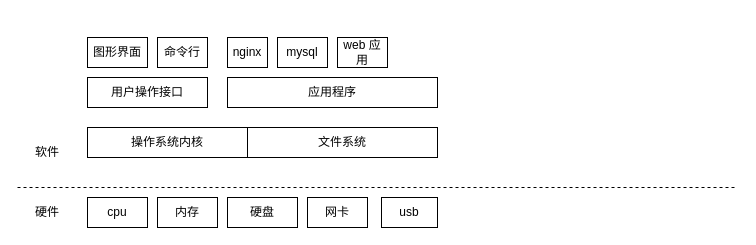
Earlier version of the draw.io diagram docker.drawio (xuxinwen/mind_map). Source tidied: cells renumbered, new cells numbered last; positions are measured from the earlier drawing's top-left corner, leaving out a move shared by most shapes. Both pictures are drawn from the tidied source at 100%, with x=0, y=0 at pixel (17, 37).
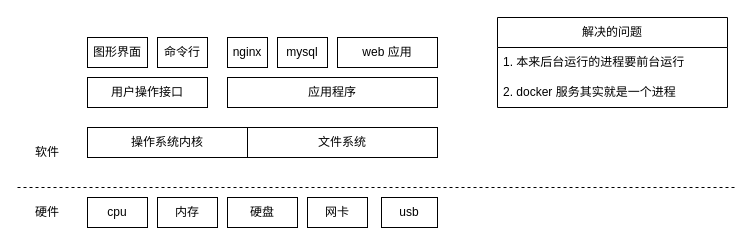
After the change.

Commit message:
添加解决的问题

The edit, as a diff of the source:
```diff
@@
+    <mxCell id="19" value="解决的问题" style="swimlane;fontStyle=0;horizontal=1;startSize=30;whiteSpace=wrap;html=1;" parent="1" vertex="1">
+      <mxGeometry x="480" y="-20" width="230" height="90" as="geometry" />
+    </mxCell>
+    <mxCell id="20" value="1. 本来后台运行的进程要前台运行" style="text;strokeColor=none;fillColor=none;align=left;verticalAlign=middle;spacingLeft=4;spacingRight=4;overflow=hidden;whiteSpace=wrap;html=1;" parent="19" vertex="1">
+      <mxGeometry y="30" width="230" height="30" as="geometry" />
+    </mxCell>
+    <mxCell id="21" value="2. docker 服务其实就是一个进程" style="text;strokeColor=none;fillColor=none;align=left;verticalAlign=middle;spacingLeft=4;spacingRight=4;overflow=hidden;whiteSpace=wrap;html=1;" parent="19" vertex="1">
+      <mxGeometry y="60" width="230" height="30" as="geometry" />
+    </mxCell>
     <mxCell id="18" value="web 应用" style="rounded=0;whiteSpace=wrap;html=1;" parent="1" vertex="1">
-      <mxGeometry x="320" width="50" height="30" as="geometry" />
+      <mxGeometry x="320" width="100" height="30" as="geometry" />
     </mxCell>
```
